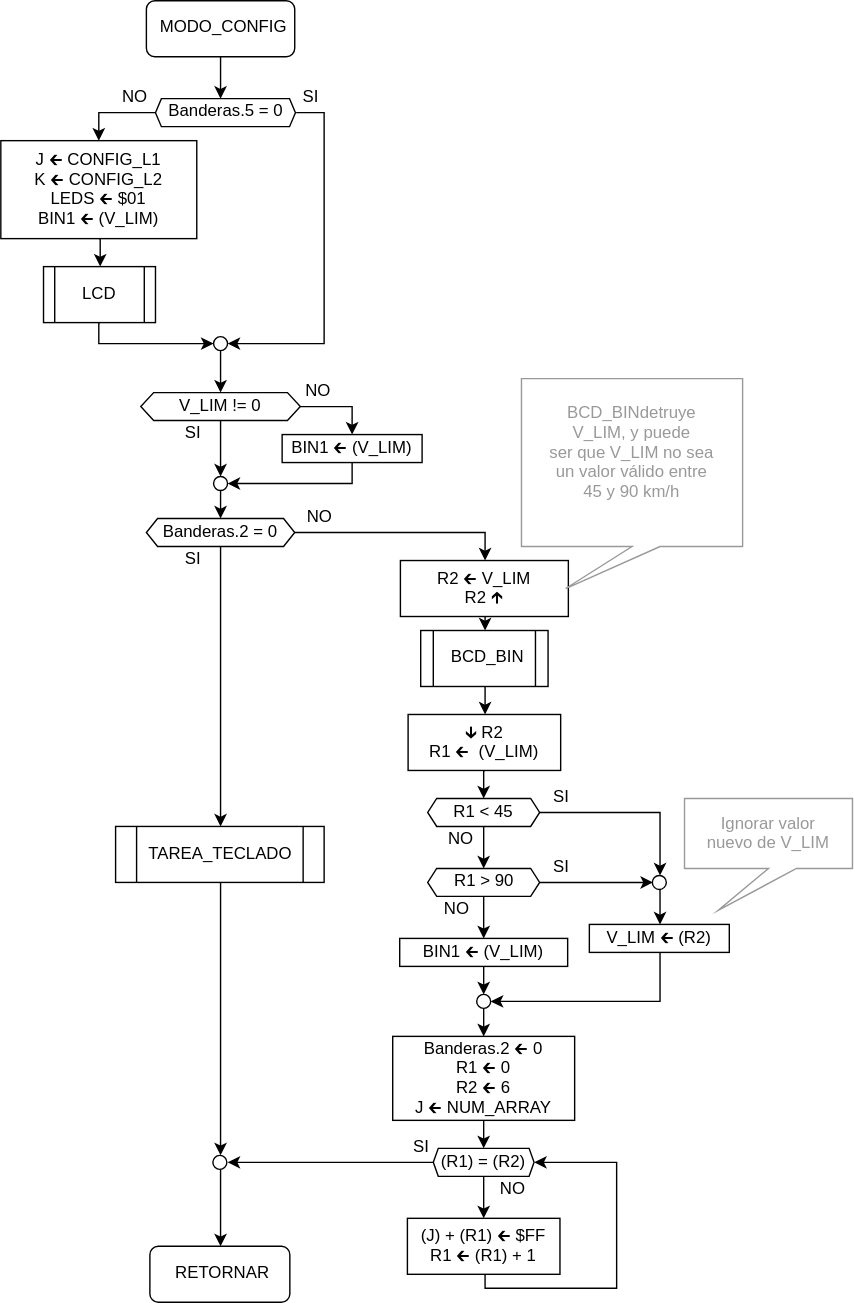
Before: PROYECTO/diagrams_svg/MODO_CONFIG.svg, a diagram exported from draw.io (slealq/micros). Source tidied: cells renumbered, new cells last; positions are measured from the earlier drawing's top-left corner, leaving out a move shared by most shapes. Source of this version:
```xml
<mxGraphModel>
  <root>
    <mxCell id="0" />
    <mxCell id="1" parent="0" />
    <mxCell id="2" style="edgeStyle=orthogonalEdgeStyle;rounded=0;jettySize=auto;html=1;exitX=0.5;exitY=1;exitDx=0;exitDy=0;entryX=0.465;entryY=0;entryDx=0;entryDy=0;entryPerimeter=0;" parent="1" edge="1" source="3" target="6">
      <mxGeometry relative="1" as="geometry" />
    </mxCell>
    <mxCell id="3" value="MODO_CONFIG" style="rounded=1;whiteSpace=wrap;html=1;" parent="1" vertex="1">
      <mxGeometry x="104" width="106" height="40" as="geometry" />
    </mxCell>
    <mxCell id="4" style="edgeStyle=orthogonalEdgeStyle;rounded=0;jettySize=auto;html=1;exitX=0;exitY=0.5;exitDx=0;exitDy=0;entryX=0.5;entryY=0;entryDx=0;entryDy=0;" parent="1" edge="1" source="6" target="8">
      <mxGeometry relative="1" as="geometry" />
    </mxCell>
    <mxCell id="5" style="edgeStyle=orthogonalEdgeStyle;rounded=0;jettySize=auto;html=1;exitX=1;exitY=0.5;exitDx=0;exitDy=0;entryX=1;entryY=0.5;entryDx=0;entryDy=0;" parent="1" edge="1" source="6" target="11">
      <mxGeometry relative="1" as="geometry" />
    </mxCell>
    <mxCell id="6" value="Banderas.5 = 0" style="shape=hexagon;perimeter=hexagonPerimeter2;whiteSpace=wrap;html=1;size=0.042068965517241284;" parent="1" vertex="1">
      <mxGeometry x="110.5" y="70" width="100" height="20" as="geometry" />
    </mxCell>
    <mxCell id="7" style="edgeStyle=orthogonalEdgeStyle;rounded=0;jettySize=auto;html=1;exitX=0.5;exitY=1;exitDx=0;exitDy=0;entryX=0.5;entryY=0;entryDx=0;entryDy=0;" parent="1" edge="1" source="8" target="14">
      <mxGeometry relative="1" as="geometry" />
    </mxCell>
    <mxCell id="8" value="J 🡰 CONFIG_L1&#10;K 🡰 CONFIG_L2&#10;LEDS 🡰 $01&#10;BIN1 🡰 (V_LIM)" style="rounded=0;" parent="1" vertex="1">
      <mxGeometry y="100" width="140" height="70" as="geometry" />
    </mxCell>
    <mxCell id="9" value="SI" style="text;strokeColor=none;fillColor=none;align=center;verticalAlign=middle;whiteSpace=wrap;rounded=0;html=1;" parent="1" vertex="1">
      <mxGeometry x="201" y="60" width="40" height="20" as="geometry" />
    </mxCell>
    <mxCell id="10" style="edgeStyle=orthogonalEdgeStyle;rounded=0;jettySize=auto;html=1;exitX=0.5;exitY=1;exitDx=0;exitDy=0;entryX=0.5;entryY=0;entryDx=0;entryDy=0;" parent="1" edge="1" source="11" target="17">
      <mxGeometry relative="1" as="geometry" />
    </mxCell>
    <mxCell id="11" style="ellipse;whiteSpace=wrap;align=center;html=1;" parent="1" vertex="1">
      <mxGeometry x="152" y="240" width="10" height="10" as="geometry" />
    </mxCell>
    <mxCell id="12" value="NO" style="text;strokeColor=none;fillColor=none;align=center;verticalAlign=middle;whiteSpace=wrap;rounded=0;html=1;" parent="1" vertex="1">
      <mxGeometry x="75.5" y="60" width="40" height="20" as="geometry" />
    </mxCell>
    <mxCell id="13" style="edgeStyle=orthogonalEdgeStyle;rounded=0;jettySize=auto;html=1;exitX=0.5;exitY=1;exitDx=0;exitDy=0;entryX=0;entryY=0.5;entryDx=0;entryDy=0;" parent="1" edge="1" source="14" target="11">
      <mxGeometry relative="1" as="geometry">
        <Array as="points">
          <mxPoint x="70" y="245" />
        </Array>
      </mxGeometry>
    </mxCell>
    <mxCell id="14" value="LCD" style="shape=process;backgroundOutline=1;" parent="1" vertex="1">
      <mxGeometry x="30.5" y="190" width="80" height="40" as="geometry" />
    </mxCell>
    <mxCell id="15" style="edgeStyle=orthogonalEdgeStyle;rounded=0;jettySize=auto;html=1;exitX=1;exitY=0.5;exitDx=0;exitDy=0;entryX=0.5;entryY=0;entryDx=0;entryDy=0;" parent="1" edge="1" source="17" target="19">
      <mxGeometry relative="1" as="geometry" />
    </mxCell>
    <mxCell id="16" style="edgeStyle=orthogonalEdgeStyle;rounded=0;jettySize=auto;html=1;exitX=0.5;exitY=1;exitDx=0;exitDy=0;entryX=0.5;entryY=0;entryDx=0;entryDy=0;" parent="1" edge="1" source="17" target="21">
      <mxGeometry relative="1" as="geometry" />
    </mxCell>
    <mxCell id="17" value="V_LIM != 0" style="shape=hexagon;perimeter=hexagonPerimeter2;size=0.08080808080808224;" parent="1" vertex="1">
      <mxGeometry x="100" y="280" width="114" height="20" as="geometry" />
    </mxCell>
    <mxCell id="18" style="edgeStyle=orthogonalEdgeStyle;rounded=0;jettySize=auto;html=1;exitX=0.5;exitY=1;exitDx=0;exitDy=0;entryX=1;entryY=0.5;entryDx=0;entryDy=0;" parent="1" edge="1" source="19" target="21">
      <mxGeometry relative="1" as="geometry">
        <Array as="points">
          <mxPoint x="251" y="345" />
        </Array>
      </mxGeometry>
    </mxCell>
    <mxCell id="19" value="BIN1 🡰 (V_LIM)" style="rounded=0;" parent="1" vertex="1">
      <mxGeometry x="201" y="310" width="100" height="20" as="geometry" />
    </mxCell>
    <mxCell id="20" style="edgeStyle=orthogonalEdgeStyle;rounded=0;jettySize=auto;html=1;exitX=0.5;exitY=1;exitDx=0;exitDy=0;entryX=0.5;entryY=0;entryDx=0;entryDy=0;" parent="1" edge="1" source="21" target="26">
      <mxGeometry relative="1" as="geometry" />
    </mxCell>
    <mxCell id="21" style="ellipse;whiteSpace=wrap;align=center;html=1;" parent="1" vertex="1">
      <mxGeometry x="152" y="340" width="10" height="10" as="geometry" />
    </mxCell>
    <mxCell id="22" value="SI" style="text;strokeColor=none;fillColor=none;align=center;verticalAlign=middle;whiteSpace=wrap;rounded=0;html=1;" parent="1" vertex="1">
      <mxGeometry x="117" y="300" width="40" height="20" as="geometry" />
    </mxCell>
    <mxCell id="23" value="NO" style="text;strokeColor=none;fillColor=none;align=center;verticalAlign=middle;whiteSpace=wrap;rounded=0;html=1;" parent="1" vertex="1">
      <mxGeometry x="206.5" y="270" width="40" height="20" as="geometry" />
    </mxCell>
    <mxCell id="24" style="edgeStyle=orthogonalEdgeStyle;rounded=0;jettySize=auto;html=1;exitX=0.5;exitY=1;exitDx=0;exitDy=0;" parent="1" edge="1" source="26" target="29">
      <mxGeometry relative="1" as="geometry" />
    </mxCell>
    <mxCell id="25" style="edgeStyle=orthogonalEdgeStyle;rounded=0;jettySize=auto;html=1;exitX=1;exitY=0.5;exitDx=0;exitDy=0;entryX=0.5;entryY=0;entryDx=0;entryDy=0;" parent="1" edge="1" source="26" target="31">
      <mxGeometry relative="1" as="geometry" />
    </mxCell>
    <mxCell id="26" value="Banderas.2 = 0" style="shape=hexagon;perimeter=hexagonPerimeter2;size=0.07547169811320702;" parent="1" vertex="1">
      <mxGeometry x="104" y="370" width="106" height="20" as="geometry" />
    </mxCell>
    <mxCell id="27" value="SI" style="text;strokeColor=none;fillColor=none;align=center;verticalAlign=middle;whiteSpace=wrap;rounded=0;html=1;" parent="1" vertex="1">
      <mxGeometry x="117" y="390" width="40" height="20" as="geometry" />
    </mxCell>
    <mxCell id="28" style="edgeStyle=orthogonalEdgeStyle;rounded=0;jettySize=auto;html=1;exitX=0.5;exitY=1;exitDx=0;exitDy=0;entryX=0.5;entryY=0;entryDx=0;entryDy=0;" parent="1" edge="1" source="29" target="64">
      <mxGeometry relative="1" as="geometry" />
    </mxCell>
    <mxCell id="29" value="TAREA_TECLADO" style="shape=process;backgroundOutline=1;" parent="1" vertex="1">
      <mxGeometry x="82" y="590" width="149" height="40" as="geometry" />
    </mxCell>
    <mxCell id="30" style="edgeStyle=orthogonalEdgeStyle;rounded=0;jettySize=auto;html=1;exitX=0.5;exitY=1;exitDx=0;exitDy=0;entryX=0.5;entryY=0;entryDx=0;entryDy=0;" parent="1" edge="1" source="31" target="33">
      <mxGeometry relative="1" as="geometry" />
    </mxCell>
    <mxCell id="31" value="R2 🡰 V_LIM&#10;R2 🡱" style="rounded=0;" parent="1" vertex="1">
      <mxGeometry x="285.5" y="400" width="120" height="40" as="geometry" />
    </mxCell>
    <mxCell id="32" style="edgeStyle=orthogonalEdgeStyle;rounded=0;jettySize=auto;html=1;exitX=0.5;exitY=1;exitDx=0;exitDy=0;entryX=0.5;entryY=0;entryDx=0;entryDy=0;" parent="1" edge="1" source="33" target="35">
      <mxGeometry relative="1" as="geometry" />
    </mxCell>
    <mxCell id="33" value="BCD_BIN" style="shape=process;whiteSpace=wrap;html=1;backgroundOutline=1;" parent="1" vertex="1">
      <mxGeometry x="300" y="450" width="91" height="40" as="geometry" />
    </mxCell>
    <mxCell id="34" style="edgeStyle=orthogonalEdgeStyle;rounded=0;jettySize=auto;html=1;exitX=0.5;exitY=1;exitDx=0;exitDy=0;entryX=0.5;entryY=0;entryDx=0;entryDy=0;" parent="1" edge="1" source="35" target="39">
      <mxGeometry relative="1" as="geometry" />
    </mxCell>
    <mxCell id="35" value="🡳 R2&#10;R1 🡰  (V_LIM)" style="rounded=0;" parent="1" vertex="1">
      <mxGeometry x="291" y="510" width="109" height="40" as="geometry" />
    </mxCell>
    <mxCell id="36" value="BCD_BINdetruye&#10;V_LIM, y puede&#10;ser que V_LIM no sea&#10;un valor válido entre&#10;45 y 90 km/h&#10;" style="shape=callout;perimeter=calloutPerimeter;strokeColor=#999999;position2=0.2;fontColor=#999999;" parent="1" vertex="1">
      <mxGeometry x="372" y="270" width="158" height="150" as="geometry" />
    </mxCell>
    <mxCell id="37" style="edgeStyle=orthogonalEdgeStyle;rounded=0;jettySize=auto;html=1;exitX=1;exitY=0.5;exitDx=0;exitDy=0;entryX=0.5;entryY=0;entryDx=0;entryDy=0;" parent="1" edge="1" source="39" target="41">
      <mxGeometry relative="1" as="geometry" />
    </mxCell>
    <mxCell id="38" style="edgeStyle=orthogonalEdgeStyle;rounded=0;jettySize=auto;html=1;exitX=0.5;exitY=1;exitDx=0;exitDy=0;entryX=0.5;entryY=0;entryDx=0;entryDy=0;" parent="1" edge="1" source="39" target="44">
      <mxGeometry relative="1" as="geometry" />
    </mxCell>
    <mxCell id="39" value="R1 &lt; 45" style="shape=hexagon;perimeter=hexagonPerimeter2;size=0.0805555555555543;" parent="1" vertex="1">
      <mxGeometry x="305" y="570" width="80" height="20" as="geometry" />
    </mxCell>
    <mxCell id="40" style="edgeStyle=orthogonalEdgeStyle;rounded=0;jettySize=auto;html=1;exitX=0.5;exitY=1;exitDx=0;exitDy=0;entryX=0.5;entryY=0;entryDx=0;entryDy=0;" parent="1" edge="1" source="41" target="47">
      <mxGeometry relative="1" as="geometry" />
    </mxCell>
    <mxCell id="41" style="ellipse;whiteSpace=wrap;align=center;html=1;" parent="1" vertex="1">
      <mxGeometry x="465.5" y="625" width="10" height="10" as="geometry" />
    </mxCell>
    <mxCell id="42" style="edgeStyle=orthogonalEdgeStyle;rounded=0;jettySize=auto;html=1;exitX=1;exitY=0.5;exitDx=0;exitDy=0;entryX=0;entryY=0.5;entryDx=0;entryDy=0;" parent="1" edge="1" source="44" target="41">
      <mxGeometry relative="1" as="geometry" />
    </mxCell>
    <mxCell id="43" style="edgeStyle=orthogonalEdgeStyle;rounded=0;jettySize=auto;html=1;exitX=0.5;exitY=1;exitDx=0;exitDy=0;" parent="1" edge="1" source="44" target="52">
      <mxGeometry relative="1" as="geometry" />
    </mxCell>
    <mxCell id="44" value="R1 &amp;gt; 90" style="shape=hexagon;perimeter=hexagonPerimeter2;whiteSpace=wrap;html=1;size=0.0805555555555543;" parent="1" vertex="1">
      <mxGeometry x="305" y="620" width="80" height="20" as="geometry" />
    </mxCell>
    <mxCell id="45" value="NO" style="text;strokeColor=none;fillColor=none;align=center;verticalAlign=middle;whiteSpace=wrap;rounded=0;html=1;" parent="1" vertex="1">
      <mxGeometry x="305.5" y="590" width="45" height="20" as="geometry" />
    </mxCell>
    <mxCell id="46" style="edgeStyle=orthogonalEdgeStyle;rounded=0;jettySize=auto;html=1;exitX=0.5;exitY=1;exitDx=0;exitDy=0;entryX=1;entryY=0.5;entryDx=0;entryDy=0;" parent="1" edge="1" source="47" target="54">
      <mxGeometry relative="1" as="geometry" />
    </mxCell>
    <mxCell id="47" value="V_LIM 🡰 (R2)" style="rounded=0;" parent="1" vertex="1">
      <mxGeometry x="420.5" y="660" width="100" height="20" as="geometry" />
    </mxCell>
    <mxCell id="48" value="SI" style="text;strokeColor=none;fillColor=none;align=center;verticalAlign=middle;whiteSpace=wrap;rounded=0;html=1;" parent="1" vertex="1">
      <mxGeometry x="380" y="560" width="40" height="20" as="geometry" />
    </mxCell>
    <mxCell id="49" value="SI" style="text;strokeColor=none;fillColor=none;align=center;verticalAlign=middle;whiteSpace=wrap;rounded=0;html=1;" parent="1" vertex="1">
      <mxGeometry x="380" y="610" width="40" height="20" as="geometry" />
    </mxCell>
    <mxCell id="50" value="NO" style="text;strokeColor=none;fillColor=none;align=center;verticalAlign=middle;whiteSpace=wrap;rounded=0;html=1;" parent="1" vertex="1">
      <mxGeometry x="305" y="640" width="40" height="20" as="geometry" />
    </mxCell>
    <mxCell id="51" style="edgeStyle=orthogonalEdgeStyle;rounded=0;jettySize=auto;html=1;exitX=0.5;exitY=1;exitDx=0;exitDy=0;entryX=0.5;entryY=0;entryDx=0;entryDy=0;" parent="1" edge="1" source="52" target="54">
      <mxGeometry relative="1" as="geometry" />
    </mxCell>
    <mxCell id="52" value="BIN1 🡰 (V_LIM)" style="rounded=0;" parent="1" vertex="1">
      <mxGeometry x="285" y="670" width="120" height="20" as="geometry" />
    </mxCell>
    <mxCell id="53" style="edgeStyle=orthogonalEdgeStyle;rounded=0;jettySize=auto;html=1;exitX=0.5;exitY=1;exitDx=0;exitDy=0;entryX=0.5;entryY=0;entryDx=0;entryDy=0;" parent="1" edge="1" source="54" target="56">
      <mxGeometry relative="1" as="geometry" />
    </mxCell>
    <mxCell id="54" style="ellipse;whiteSpace=wrap;align=center;html=1;" parent="1" vertex="1">
      <mxGeometry x="340" y="710" width="10" height="10" as="geometry" />
    </mxCell>
    <mxCell id="55" style="edgeStyle=orthogonalEdgeStyle;rounded=0;jettySize=auto;html=1;exitX=0.5;exitY=1;exitDx=0;exitDy=0;entryX=0.5;entryY=0;entryDx=0;entryDy=0;" parent="1" edge="1" source="56" target="61">
      <mxGeometry relative="1" as="geometry" />
    </mxCell>
    <mxCell id="56" value="Banderas.2 🡰 0&#10;R1 🡰 0&#10;R2 🡰 6&#10;J 🡰 NUM_ARRAY" style="rounded=0;" parent="1" vertex="1">
      <mxGeometry x="280" y="740" width="130" height="60" as="geometry" />
    </mxCell>
    <mxCell id="57" style="edgeStyle=orthogonalEdgeStyle;rounded=0;jettySize=auto;html=1;exitX=0.5;exitY=1;exitDx=0;exitDy=0;entryX=1;entryY=0.5;entryDx=0;entryDy=0;" parent="1" edge="1" source="58" target="61">
      <mxGeometry relative="1" as="geometry">
        <Array as="points">
          <mxPoint x="345.5" y="920" />
          <mxPoint x="439.5" y="920" />
          <mxPoint x="439.5" y="830" />
        </Array>
      </mxGeometry>
    </mxCell>
    <mxCell id="58" value="(J) + (R1) 🡰 $FF&#10;R1 🡰 (R1) + 1" style="rounded=0;" parent="1" vertex="1">
      <mxGeometry x="290.5" y="870" width="109" height="40" as="geometry" />
    </mxCell>
    <mxCell id="59" style="edgeStyle=orthogonalEdgeStyle;rounded=0;jettySize=auto;html=1;exitX=0.5;exitY=1;exitDx=0;exitDy=0;entryX=0.5;entryY=0;entryDx=0;entryDy=0;" parent="1" edge="1" source="61" target="58">
      <mxGeometry relative="1" as="geometry" />
    </mxCell>
    <mxCell id="60" style="edgeStyle=orthogonalEdgeStyle;rounded=0;jettySize=auto;html=1;exitX=0;exitY=0.5;exitDx=0;exitDy=0;entryX=1;entryY=0.5;entryDx=0;entryDy=0;" parent="1" edge="1" source="61" target="64">
      <mxGeometry relative="1" as="geometry" />
    </mxCell>
    <mxCell id="61" value="(R1) = (R2)" style="shape=hexagon;perimeter=hexagonPerimeter2;size=0.0492610837438429;" parent="1" vertex="1">
      <mxGeometry x="309" y="820" width="72" height="20" as="geometry" />
    </mxCell>
    <mxCell id="62" value="NO" style="text;strokeColor=none;fillColor=none;align=center;verticalAlign=middle;whiteSpace=wrap;rounded=0;html=1;" parent="1" vertex="1">
      <mxGeometry x="345" y="840" width="40" height="20" as="geometry" />
    </mxCell>
    <mxCell id="63" style="edgeStyle=orthogonalEdgeStyle;rounded=0;jettySize=auto;html=1;exitX=0.5;exitY=1;exitDx=0;exitDy=0;entryX=0.5;entryY=0;entryDx=0;entryDy=0;" parent="1" edge="1" source="64" target="65">
      <mxGeometry relative="1" as="geometry" />
    </mxCell>
    <mxCell id="64" style="ellipse;whiteSpace=wrap;align=center;html=1;" parent="1" vertex="1">
      <mxGeometry x="151.5" y="825" width="10" height="10" as="geometry" />
    </mxCell>
    <mxCell id="65" value="RETORNAR" style="rounded=1;whiteSpace=wrap;html=1;" parent="1" vertex="1">
      <mxGeometry x="106.5" y="890" width="100" height="40" as="geometry" />
    </mxCell>
    <mxCell id="66" value="SI" style="text;strokeColor=none;fillColor=none;align=center;verticalAlign=middle;whiteSpace=wrap;rounded=0;html=1;" parent="1" vertex="1">
      <mxGeometry x="279.5" y="810" width="40" height="20" as="geometry" />
    </mxCell>
    <mxCell id="67" value="NO" style="text;strokeColor=none;fillColor=none;align=center;verticalAlign=middle;whiteSpace=wrap;rounded=0;html=1;" parent="1" vertex="1">
      <mxGeometry x="207" y="360" width="40" height="20" as="geometry" />
    </mxCell>
    <mxCell id="68" value="Ignorar valor &#10;nuevo de V_LIM" style="shape=callout;perimeter=calloutPerimeter;strokeColor=#999999;position2=0.2;fontColor=#999999;" parent="1" vertex="1">
      <mxGeometry x="488.5" y="570" width="120" height="80" as="geometry" />
    </mxCell>
  </root>
</mxGraphModel>
```
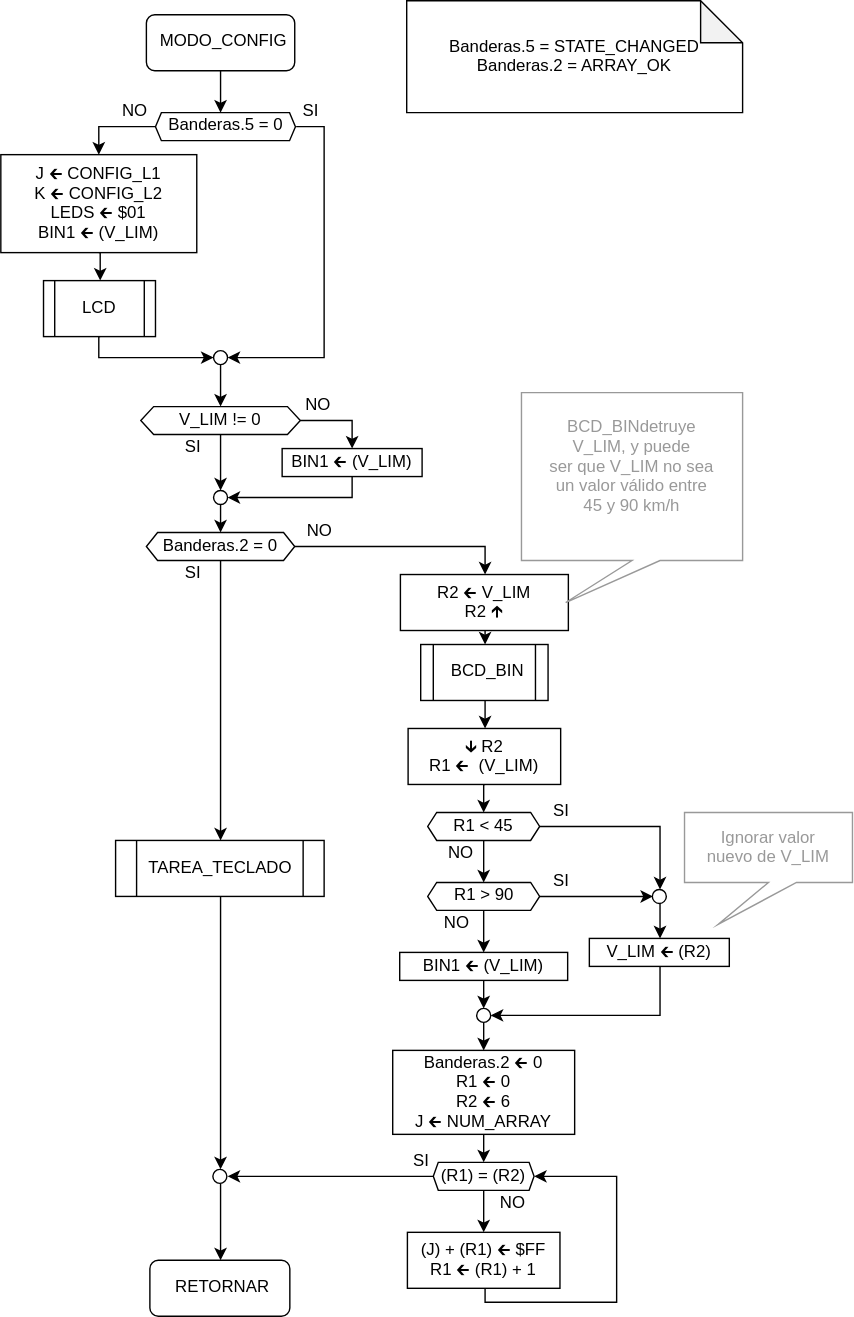
After the commit.

The edit, as a diff of the source:
```diff
@@ -217,5 +217,8 @@
     <mxCell id="68" value="Ignorar valor &#10;nuevo de V_LIM" style="shape=callout;perimeter=calloutPerimeter;strokeColor=#999999;position2=0.2;fontColor=#999999;" parent="1" vertex="1">
       <mxGeometry x="488.5" y="570" width="120" height="80" as="geometry" />
     </mxCell>
+    <mxCell id="69" value="Banderas.5 = STATE_CHANGED&#10;Banderas.2 = ARRAY_OK" style="shape=note;backgroundOutline=1;darkOpacity=0.05;" parent="1" vertex="1">
+      <mxGeometry x="290" y="-10" width="240" height="80" as="geometry" />
+    </mxCell>
   </root>
 </mxGraphModel>
```
